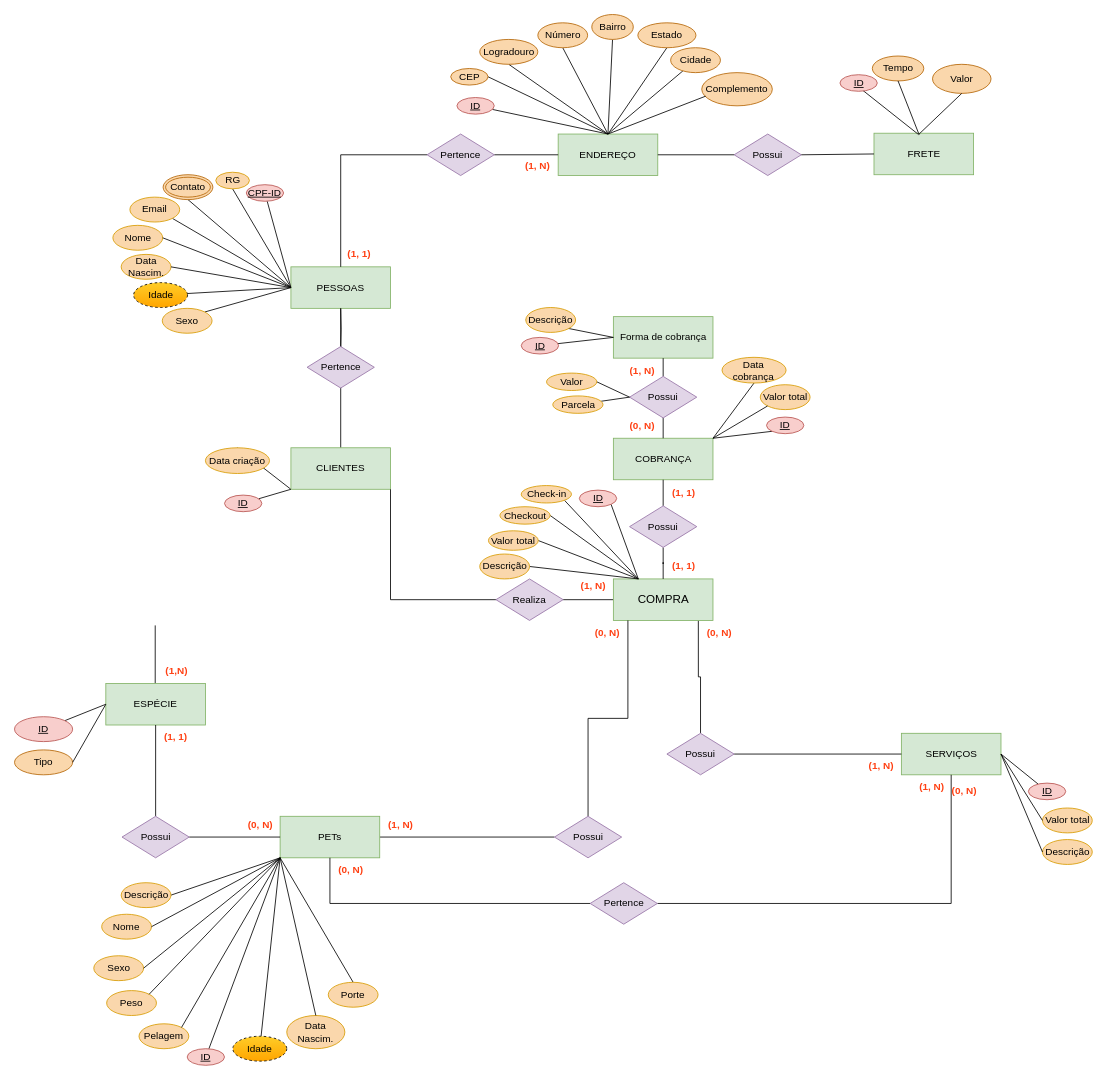
Before: Potian.drawio in JoaoVAntunes/PotianDatabase, a draw.io diagram. Source tidied: cells renumbered, new cells numbered last; positions are measured from the earlier drawing's top-left corner, leaving out a move shared by most shapes. Both pictures are drawn from the tidied source at 83%, with x=0, y=0 at pixel (14, 14).
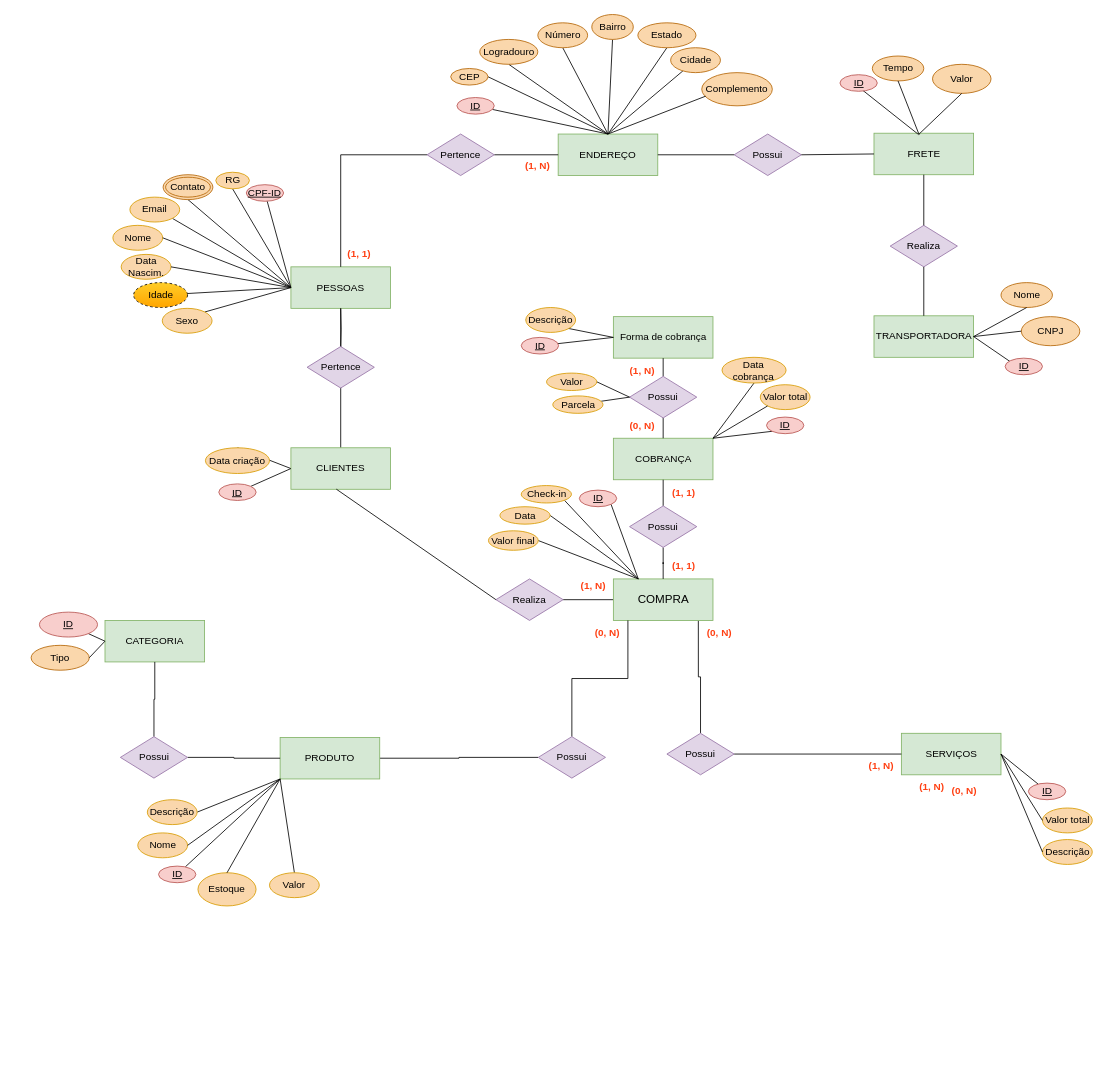
Above is the later version.

The change refers to these unchanged cells:
```xml
<mxCell id="35" value="CLIENTES" style="rounded=0;whiteSpace=wrap;html=1;fillColor=#d5e8d4;strokeColor=#82b366;" parent="1" vertex="1">
  <mxGeometry x="333" y="522" width="120" height="50" as="geometry" />
</mxCell>
<mxCell id="74" value="&lt;font style=&quot;font-size: 14px;&quot;&gt;COMPRA&lt;/font&gt;" style="rounded=0;whiteSpace=wrap;html=1;fillColor=#d5e8d4;strokeColor=#82b366;" parent="1" vertex="1">
  <mxGeometry x="721.5" y="680" width="120" height="50" as="geometry" />
</mxCell>
<mxCell id="76" value="SERVIÇOS" style="rounded=0;whiteSpace=wrap;html=1;fillColor=#d5e8d4;strokeColor=#82b366;" parent="1" vertex="1">
  <mxGeometry x="1068.5" y="866" width="120" height="50" as="geometry" />
</mxCell>
<mxCell id="86" value="Realiza" style="rhombus;whiteSpace=wrap;html=1;fillColor=#e1d5e7;strokeColor=#9673a6;" parent="1" vertex="1">
  <mxGeometry x="580" y="680" width="81" height="50" as="geometry" />
</mxCell>
<mxCell id="126" value="Data criação" style="ellipse;whiteSpace=wrap;html=1;fillColor=#FAD7AC;strokeColor=#d79b00;" parent="1" vertex="1">
  <mxGeometry x="230" y="522" width="77.2" height="31" as="geometry" />
</mxCell>
<mxCell id="143" value="FRETE" style="rounded=0;whiteSpace=wrap;html=1;fillColor=#d5e8d4;strokeColor=#82b366;" parent="1" vertex="1">
  <mxGeometry x="1035.5" y="143" width="120" height="50" as="geometry" />
</mxCell>
```

The edit, as a diff of the source:
```diff
@@
-    <mxCell id="34" style="rounded=0;jettySize=auto;html=1;exitX=0;exitY=1;exitDx=0;exitDy=0;entryX=0.5;entryY=0;entryDx=0;entryDy=0;endArrow=none;endFill=0;" parent="1" edge="1" source="35" target="126">
+    <mxCell id="34" style="rounded=0;jettySize=auto;html=1;exitX=0;exitY=0.5;exitDx=0;exitDy=0;entryX=0.5;entryY=0;entryDx=0;entryDy=0;endArrow=none;endFill=0;" parent="1" edge="1" source="35" target="126">
       <mxGeometry relative="1" as="geometry" />
     </mxCell>
@@
-    <mxCell id="38" value="PETs" style="rounded=0;whiteSpace=wrap;html=1;fillColor=#d5e8d4;strokeColor=#82b366;" parent="1" vertex="1">
-      <mxGeometry x="320" y="966" width="120" height="50" as="geometry" />
+    <mxCell id="38" value="PRODUTO" style="rounded=0;whiteSpace=wrap;html=1;fillColor=#d5e8d4;strokeColor=#82b366;" parent="1" vertex="1">
+      <mxGeometry x="320" y="871" width="120" height="50" as="geometry" />
     </mxCell>
-    <mxCell id="39" style="edgeStyle=orthogonalEdgeStyle;rounded=0;jettySize=auto;html=1;endArrow=none;endFill=0;" parent="1" edge="1" source="40">
-      <mxGeometry relative="1" as="geometry">
-        <mxPoint x="169.5" y="736" as="targetPoint" />
-      </mxGeometry>
-    </mxCell>
-    <mxCell id="40" value="ESPÉCIE" style="rounded=0;whiteSpace=wrap;html=1;fillColor=#d5e8d4;strokeColor=#82b366;" parent="1" vertex="1">
-      <mxGeometry x="110" y="806" width="120" height="50" as="geometry" />
+    <mxCell id="40" value="CATEGORIA" style="rounded=0;whiteSpace=wrap;html=1;fillColor=#d5e8d4;strokeColor=#82b366;" parent="1" vertex="1">
+      <mxGeometry x="109" y="730" width="120" height="50" as="geometry" />
     </mxCell>
@@
     <mxCell id="44" value="&lt;u&gt;ID&lt;/u&gt;" style="ellipse;whiteSpace=wrap;html=1;shadow=0;fillColor=#f8cecc;strokeColor=#b85450;" parent="1" vertex="1">
-      <mxGeometry y="846" width="70" height="30" as="geometry" />
+      <mxGeometry x="30" y="720" width="70" height="30" as="geometry" />
     </mxCell>
@@
     <mxCell id="46" value="&lt;u&gt;ID&lt;/u&gt;" style="ellipse;whiteSpace=wrap;html=1;shadow=0;fillColor=#f8cecc;strokeColor=#b85450;" parent="1" vertex="1">
-      <mxGeometry x="208" y="1246" width="45" height="20" as="geometry" />
+      <mxGeometry x="173.5" y="1026" width="45" height="20" as="geometry" />
     </mxCell>
-    <mxCell id="47" style="rounded=0;jettySize=auto;html=1;entryX=0;entryY=1;entryDx=0;entryDy=0;endArrow=none;endFill=0;" parent="1" edge="1" source="48" target="35">
+    <mxCell id="47" style="rounded=0;jettySize=auto;html=1;entryX=0;entryY=0.5;entryDx=0;entryDy=0;endArrow=none;endFill=0;" parent="1" edge="1" source="48" target="35">
       <mxGeometry relative="1" as="geometry" />
     </mxCell>
     <mxCell id="48" value="ID" style="ellipse;whiteSpace=wrap;html=1;align=center;fontStyle=4;fillColor=#f8cecc;strokeColor=#b85450;" parent="1" vertex="1">
-      <mxGeometry x="253" y="579" width="45" height="20" as="geometry" />
+      <mxGeometry x="246.1" y="565.5" width="45" height="20" as="geometry" />
     </mxCell>
-    <mxCell id="49" value="Data Nascim." style="ellipse;whiteSpace=wrap;html=1;fillColor=#FAD7AC;strokeColor=#d79b00;" parent="1" vertex="1">
-      <mxGeometry x="328" y="1206" width="70" height="40" as="geometry" />
+    <mxCell id="49" value="Estoque" style="ellipse;whiteSpace=wrap;html=1;fillColor=#FAD7AC;strokeColor=#d79b00;" parent="1" vertex="1">
+      <mxGeometry x="221" y="1034" width="70" height="40" as="geometry" />
     </mxCell>
     <mxCell id="50" value="Nome" style="ellipse;whiteSpace=wrap;html=1;fillColor=#FAD7AC;strokeColor=#d79b00;" parent="1" vertex="1">
-      <mxGeometry x="105" y="1084" width="60" height="30" as="geometry" />
+      <mxGeometry x="148.5" y="986" width="60" height="30" as="geometry" />
     </mxCell>
@@
-    <mxCell id="53" value="Sexo" style="ellipse;whiteSpace=wrap;html=1;fillColor=#FAD7AC;strokeColor=#d79b00;" parent="1" vertex="1">
-      <mxGeometry x="95.5" y="1134" width="60" height="30" as="geometry" />
-    </mxCell>
-    <mxCell id="54" value="Peso" style="ellipse;whiteSpace=wrap;html=1;fillColor=#FAD7AC;strokeColor=#d79b00;" parent="1" vertex="1">
-      <mxGeometry x="111" y="1176" width="60" height="30" as="geometry" />
-    </mxCell>
-    <mxCell id="55" value="Pelagem" style="ellipse;whiteSpace=wrap;html=1;fillColor=#FAD7AC;strokeColor=#d79b00;" parent="1" vertex="1">
-      <mxGeometry x="150" y="1216" width="60" height="30" as="geometry" />
-    </mxCell>
-    <mxCell id="56" style="endArrow=none;html=1;rounded=0;exitX=1;exitY=0.5;exitDx=0;exitDy=0;entryX=0;entryY=1;entryDx=0;entryDy=0;" parent="1" edge="1" source="53" target="38">
-      <mxGeometry relative="1" as="geometry" />
-    </mxCell>
-    <mxCell id="57" style="endArrow=none;html=1;rounded=0;entryX=0;entryY=1;entryDx=0;entryDy=0;exitX=1;exitY=0;exitDx=0;exitDy=0;" parent="1" edge="1" source="54" target="38">
-      <mxGeometry relative="1" as="geometry" />
-    </mxCell>
-    <mxCell id="58" style="endArrow=none;html=1;rounded=0;entryX=0;entryY=1;entryDx=0;entryDy=0;exitX=1;exitY=0;exitDx=0;exitDy=0;" parent="1" edge="1" source="55" target="38">
-      <mxGeometry relative="1" as="geometry" />
-    </mxCell>
     <mxCell id="59" value="Tipo" style="ellipse;whiteSpace=wrap;html=1;shadow=0;fillColor=#fad7ac;strokeColor=#b46504;" parent="1" vertex="1">
-      <mxGeometry y="886" width="70" height="30" as="geometry" />
+      <mxGeometry x="20" y="760" width="70" height="30" as="geometry" />
     </mxCell>
@@
-    <mxCell id="61" style="rounded=0;jettySize=auto;html=1;endArrow=none;endFill=0;entryX=0;entryY=1;entryDx=0;entryDy=0;" parent="1" edge="1" source="62" target="38">
-      <mxGeometry relative="1" as="geometry" />
-    </mxCell>
-    <mxCell id="62" value="Idade" style="ellipse;whiteSpace=wrap;html=1;align=center;dashed=1;fillColor=#ffcd28;strokeColor=#000000;gradientColor=#ffa500;" parent="1" vertex="1">
-      <mxGeometry x="263" y="1231" width="65" height="30" as="geometry" />
-    </mxCell>
@@
-    <mxCell id="64" value="Porte" style="ellipse;whiteSpace=wrap;html=1;fillColor=#FAD7AC;strokeColor=#d79b00;" parent="1" vertex="1">
-      <mxGeometry x="378" y="1166" width="60" height="30" as="geometry" />
+    <mxCell id="64" value="Valor" style="ellipse;whiteSpace=wrap;html=1;fillColor=#FAD7AC;strokeColor=#d79b00;" parent="1" vertex="1">
+      <mxGeometry x="307.2" y="1034" width="60" height="30" as="geometry" />
     </mxCell>
-    <mxCell id="65" value="&lt;font color=&quot;#ff4013&quot;&gt;(1,N)&lt;/font&gt;" style="text;html=1;align=center;verticalAlign=middle;strokeColor=none;fillColor=none;fontStyle=1;" parent="1" vertex="1">
-      <mxGeometry x="170" y="776" width="50" height="30" as="geometry" />
-    </mxCell>
@@
-    <mxCell id="75" style="edgeStyle=orthogonalEdgeStyle;rounded=0;jettySize=auto;html=1;exitX=0;exitY=0.5;exitDx=0;exitDy=0;entryX=1;entryY=1;entryDx=0;entryDy=0;endArrow=none;endFill=0;" parent="1" edge="1" source="86" target="35">
-      <mxGeometry relative="1" as="geometry" />
-    </mxCell>
@@
-    <mxCell id="79" style="edgeStyle=orthogonalEdgeStyle;rounded=0;jettySize=auto;html=1;exitX=1;exitY=0.5;exitDx=0;exitDy=0;entryX=0.5;entryY=1;entryDx=0;entryDy=0;endArrow=none;endFill=0;" parent="1" edge="1" source="91" target="76">
-      <mxGeometry relative="1" as="geometry" />
-    </mxCell>
-    <mxCell id="80" style="edgeStyle=orthogonalEdgeStyle;rounded=0;jettySize=auto;html=1;exitX=0;exitY=0.5;exitDx=0;exitDy=0;entryX=0.5;entryY=1;entryDx=0;entryDy=0;endArrow=none;endFill=0;" parent="1" edge="1" source="91" target="38">
-      <mxGeometry relative="1" as="geometry" />
-    </mxCell>
@@
     <mxCell id="85" value="Possui" style="rhombus;whiteSpace=wrap;html=1;fillColor=#e1d5e7;strokeColor=#9673a6;" parent="1" vertex="1">
-      <mxGeometry x="129.5" y="966" width="81" height="50" as="geometry" />
+      <mxGeometry x="127.5" y="870" width="81" height="50" as="geometry" />
     </mxCell>
@@
-    <mxCell id="91" value="Pertence" style="rhombus;whiteSpace=wrap;html=1;fillColor=#e1d5e7;strokeColor=#9673a6;" parent="1" vertex="1">
-      <mxGeometry x="693.5" y="1046" width="81" height="50" as="geometry" />
-    </mxCell>
     <mxCell id="92" value="Possui" style="rhombus;whiteSpace=wrap;html=1;fillColor=#e1d5e7;strokeColor=#9673a6;" parent="1" vertex="1">
-      <mxGeometry x="650.5" y="966" width="81" height="50" as="geometry" />
+      <mxGeometry x="631" y="870" width="81" height="50" as="geometry" />
     </mxCell>
@@
-    <mxCell id="107" value="&lt;font color=&quot;#ff4013&quot;&gt;(1, N)&lt;/font&gt;" style="text;html=1;align=center;verticalAlign=middle;strokeColor=none;fillColor=none;fontStyle=1;" parent="1" vertex="1">
-      <mxGeometry x="440" y="961" width="50" height="30" as="geometry" />
-    </mxCell>
@@
-    <mxCell id="113" value="&lt;font color=&quot;#ff4013&quot;&gt;(1, 1)&lt;/font&gt;" style="text;html=1;align=center;verticalAlign=middle;strokeColor=none;fillColor=none;fontStyle=1;" parent="1" vertex="1">
-      <mxGeometry x="169.2" y="856" width="50" height="30" as="geometry" />
-    </mxCell>
-    <mxCell id="114" value="&lt;font color=&quot;#ff4013&quot;&gt;(0, N)&lt;/font&gt;" style="text;html=1;align=center;verticalAlign=middle;strokeColor=none;fillColor=none;fontStyle=1;" parent="1" vertex="1">
-      <mxGeometry x="270.5" y="961" width="50" height="30" as="geometry" />
-    </mxCell>
@@
-    <mxCell id="117" value="&lt;font color=&quot;#ff4013&quot;&gt;(0, N)&lt;/font&gt;" style="text;html=1;align=center;verticalAlign=middle;strokeColor=none;fillColor=none;fontStyle=1;" parent="1" vertex="1">
-      <mxGeometry x="380" y="1016" width="50" height="30" as="geometry" />
-    </mxCell>
@@
-    <mxCell id="131" value="Checkout" style="ellipse;whiteSpace=wrap;html=1;fillColor=#FAD7AC;strokeColor=#d79b00;" parent="1" vertex="1">
+    <mxCell id="131" value="Data" style="ellipse;whiteSpace=wrap;html=1;fillColor=#FAD7AC;strokeColor=#d79b00;" parent="1" vertex="1">
       <mxGeometry x="584.8" y="593" width="60.5" height="21" as="geometry" />
     </mxCell>
@@
-    <mxCell id="133" value="Valor total" style="ellipse;whiteSpace=wrap;html=1;fillColor=#FAD7AC;strokeColor=#d79b00;" parent="1" vertex="1">
+    <mxCell id="133" value="Valor final" style="ellipse;whiteSpace=wrap;html=1;fillColor=#FAD7AC;strokeColor=#d79b00;" parent="1" vertex="1">
       <mxGeometry x="571" y="622" width="60" height="23.5" as="geometry" />
     </mxCell>
@@
     <mxCell id="138" value="Descrição" style="ellipse;whiteSpace=wrap;html=1;fillColor=#FAD7AC;strokeColor=#d79b00;" parent="1" vertex="1">
-      <mxGeometry x="128.5" y="1046" width="60" height="30" as="geometry" />
+      <mxGeometry x="160" y="946" width="60" height="30" as="geometry" />
     </mxCell>
-    <mxCell id="139" style="rounded=0;jettySize=auto;html=1;exitX=0.25;exitY=0;exitDx=0;exitDy=0;entryX=1;entryY=0.5;entryDx=0;entryDy=0;endArrow=none;endFill=0;" parent="1" edge="1" source="74" target="140">
-      <mxGeometry relative="1" as="geometry" />
-    </mxCell>
-    <mxCell id="140" value="Descrição" style="ellipse;whiteSpace=wrap;html=1;fillColor=#FAD7AC;strokeColor=#d79b00;" parent="1" vertex="1">
-      <mxGeometry x="560.5" y="650" width="60" height="30" as="geometry" />
-    </mxCell>
@@
+    <mxCell id="75" style="endArrow=none;html=1;rounded=0;entryX=0.456;entryY=0.997;entryDx=0;entryDy=0;entryPerimeter=0;exitX=0;exitY=0.5;exitDx=0;exitDy=0;" parent="1" edge="1" source="86" target="35">
+      <mxGeometry relative="1" as="geometry" />
+    </mxCell>
+    <mxCell id="154" value="TRANSPORTADORA" style="rounded=0;whiteSpace=wrap;html=1;fillColor=#d5e8d4;strokeColor=#82b366;" parent="1" vertex="1">
+      <mxGeometry x="1035.5" y="363" width="120" height="50" as="geometry" />
+    </mxCell>
+    <mxCell id="155" value="CNPJ" style="ellipse;whiteSpace=wrap;html=1;shadow=0;fillColor=#fad7ac;strokeColor=#b46504;" parent="1" vertex="1">
+      <mxGeometry x="1213" y="364" width="70.5" height="35" as="geometry" />
+    </mxCell>
+    <mxCell id="156" value="Nome" style="ellipse;whiteSpace=wrap;html=1;shadow=0;fillColor=#fad7ac;strokeColor=#b46504;" parent="1" vertex="1">
+      <mxGeometry x="1188.5" y="323" width="62" height="30" as="geometry" />
+    </mxCell>
+    <mxCell id="157" style="endArrow=none;html=1;rounded=0;entryX=0.616;entryY=0.95;entryDx=0;entryDy=0;entryPerimeter=0;exitX=1;exitY=0.5;exitDx=0;exitDy=0;" parent="1" edge="1" source="154" target="160">
+      <mxGeometry relative="1" as="geometry" />
+    </mxCell>
+    <mxCell id="158" style="endArrow=none;html=1;rounded=0;entryX=0.5;entryY=1;entryDx=0;entryDy=0;exitX=1;exitY=0.5;exitDx=0;exitDy=0;" parent="1" edge="1" source="154" target="156">
+      <mxGeometry relative="1" as="geometry" />
+    </mxCell>
+    <mxCell id="159" style="endArrow=none;html=1;rounded=0;entryX=0;entryY=0.5;entryDx=0;entryDy=0;exitX=1;exitY=0.5;exitDx=0;exitDy=0;" parent="1" edge="1" source="154" target="155">
+      <mxGeometry relative="1" as="geometry" />
+    </mxCell>
+    <mxCell id="160" value="ID" style="ellipse;whiteSpace=wrap;html=1;align=center;fontStyle=4;fillColor=#f8cecc;strokeColor=#b85450;" parent="1" vertex="1">
+      <mxGeometry x="1193.5" y="414" width="45" height="20" as="geometry" />
+    </mxCell>
+    <mxCell id="161" value="Realiza" style="rhombus;whiteSpace=wrap;html=1;fillColor=#e1d5e7;strokeColor=#9673a6;" parent="1" vertex="1">
+      <mxGeometry x="1055" y="254" width="81" height="50" as="geometry" />
+    </mxCell>
+    <mxCell id="162" style="endArrow=none;html=1;rounded=0;entryX=0.5;entryY=0;entryDx=0;entryDy=0;exitX=0.5;exitY=1;exitDx=0;exitDy=0;" parent="1" edge="1" source="161" target="154">
+      <mxGeometry relative="1" as="geometry" />
+    </mxCell>
+    <mxCell id="163" style="endArrow=none;html=1;rounded=0;entryX=0.5;entryY=1;entryDx=0;entryDy=0;exitX=0.5;exitY=0;exitDx=0;exitDy=0;" parent="1" edge="1" source="161" target="143">
+      <mxGeometry relative="1" as="geometry" />
+    </mxCell>
```
